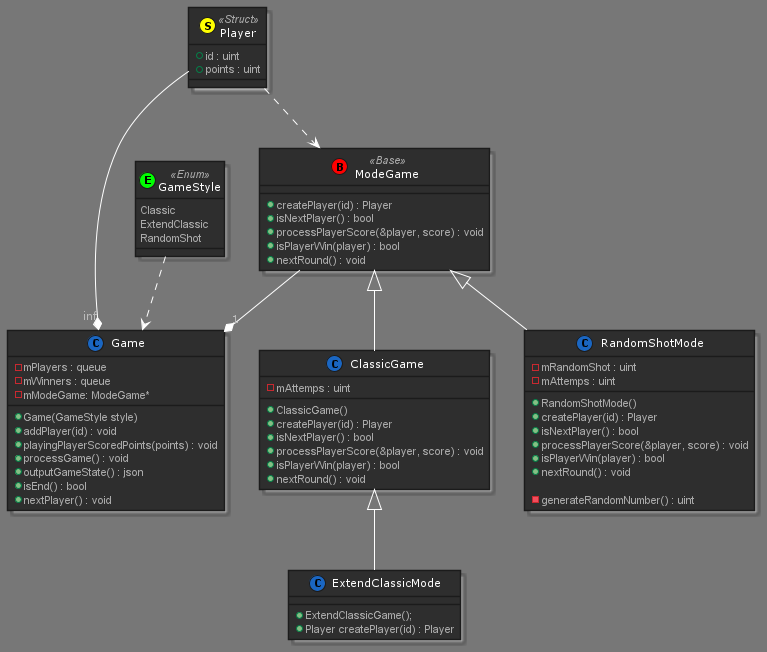
This is lib/dart-game/docs/game.png from darts-plus/darts-plus-embedded, a PlantUML export, as it was before one commit. Its diagram source:
```plantuml
@startuml game

!define DARKBLUE
!includeurl https://raw.githubusercontent.com/Drakemor/RedDress-PlantUML/master/style.puml

class Player <<(S, #FFFF00) Struct >>
{
    + id : uint
    + points : uint
}

class GameStyle <<(E, #00FF00) Enum >>
{
    Classic
    ExtendClassic
    RandomShot
}

class Game
{
    + Game(GameStyle style)
    + addPlayer(id) : void
    + playingPlayerScoredPoints(points) : void
    + processGame() : void
    + outputGameState() : json
    + isEnd() : bool
    + nextPlayer() : void

    - mPlayers : queue
    - mWinners : queue
    - mModeGame: ModeGame*
}

Player --* "inf" Game
GameStyle ..> Game

class ModeGame << (B, #FF0000) Base >>
{
    + createPlayer(id) : Player
    + isNextPlayer() : bool
    + processPlayerScore(&player, score) : void
    + isPlayerWin(player) : bool
    + nextRound() : void
}

Player ..> ModeGame
ModeGame --* "1" Game

class ClassicGame extends ModeGame
{
    + ClassicGame()
    + createPlayer(id) : Player
    + isNextPlayer() : bool
    + processPlayerScore(&player, score) : void
    + isPlayerWin(player) : bool
    + nextRound() : void

    - mAttemps : uint
}

class ExtendClassicMode extends ClassicGame
{
    + ExtendClassicGame();
    + Player createPlayer(id) : Player
}

class RandomShotMode extends ModeGame
{
    + RandomShotMode()
    + createPlayer(id) : Player
    + isNextPlayer() : bool
    + processPlayerScore(&player, score) : void
    + isPlayerWin(player) : bool
    + nextRound() : void

    - generateRandomNumber() : uint

    - mRandomShot : uint
    - mAttemps : uint
}


@enduml
```
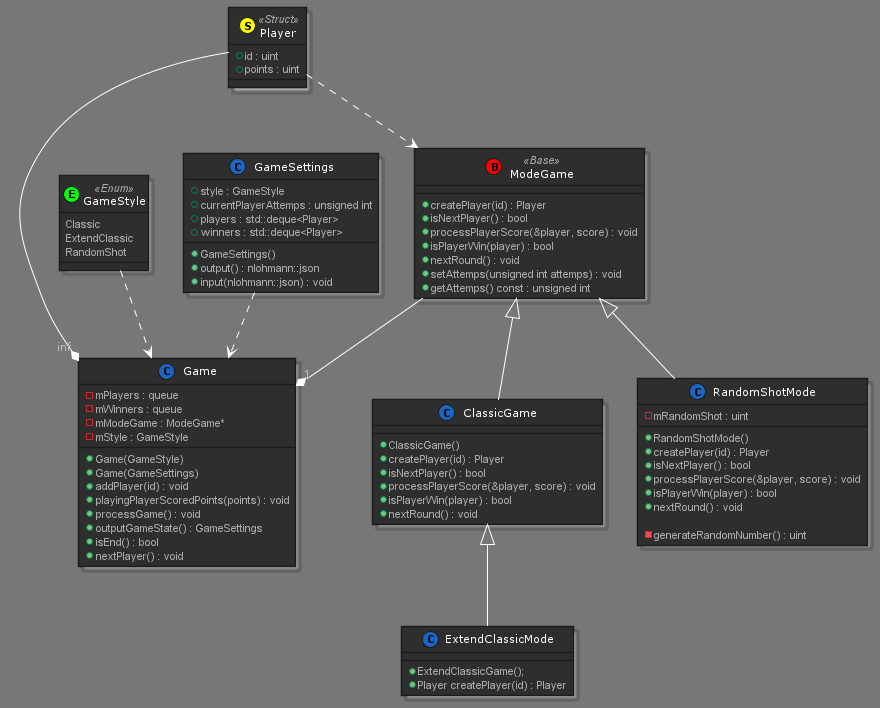
The same diagram one commit later.

The edit, as a diff of the source:
```diff
@@ -18,17 +18,19 @@
 
 class Game
 {
-    + Game(GameStyle style)
+    + Game(GameStyle)
+    + Game(GameSettings)
     + addPlayer(id) : void
     + playingPlayerScoredPoints(points) : void
     + processGame() : void
-    + outputGameState() : json
+    + outputGameState() : GameSettings
     + isEnd() : bool
     + nextPlayer() : void
 
     - mPlayers : queue
     - mWinners : queue
-    - mModeGame: ModeGame*
+    - mModeGame : ModeGame*
+    - mStyle : GameStyle
 }
 
 Player --* "inf" Game
@@ -41,6 +43,8 @@
     + processPlayerScore(&player, score) : void
     + isPlayerWin(player) : bool
     + nextRound() : void
+    + setAttemps(unsigned int attemps) : void
+    + getAttemps() const : unsigned int
 }
 
 Player ..> ModeGame
@@ -54,8 +58,6 @@
     + processPlayerScore(&player, score) : void
     + isPlayerWin(player) : bool
     + nextRound() : void
-
-    - mAttemps : uint
 }
 
 class ExtendClassicMode extends ClassicGame
@@ -76,8 +78,20 @@
     - generateRandomNumber() : uint
 
     - mRandomShot : uint
-    - mAttemps : uint
 }
 
+class GameSettings
+{
+    + style : GameStyle
+    + currentPlayerAttemps : unsigned int
+    + players : std::deque<Player>
+    + winners : std::deque<Player>
+
+    + GameSettings()
+    + output() : nlohmann::json
+    + input(nlohmann::json) : void
+}
+
+GameSettings ..> Game
 
 @enduml
```
